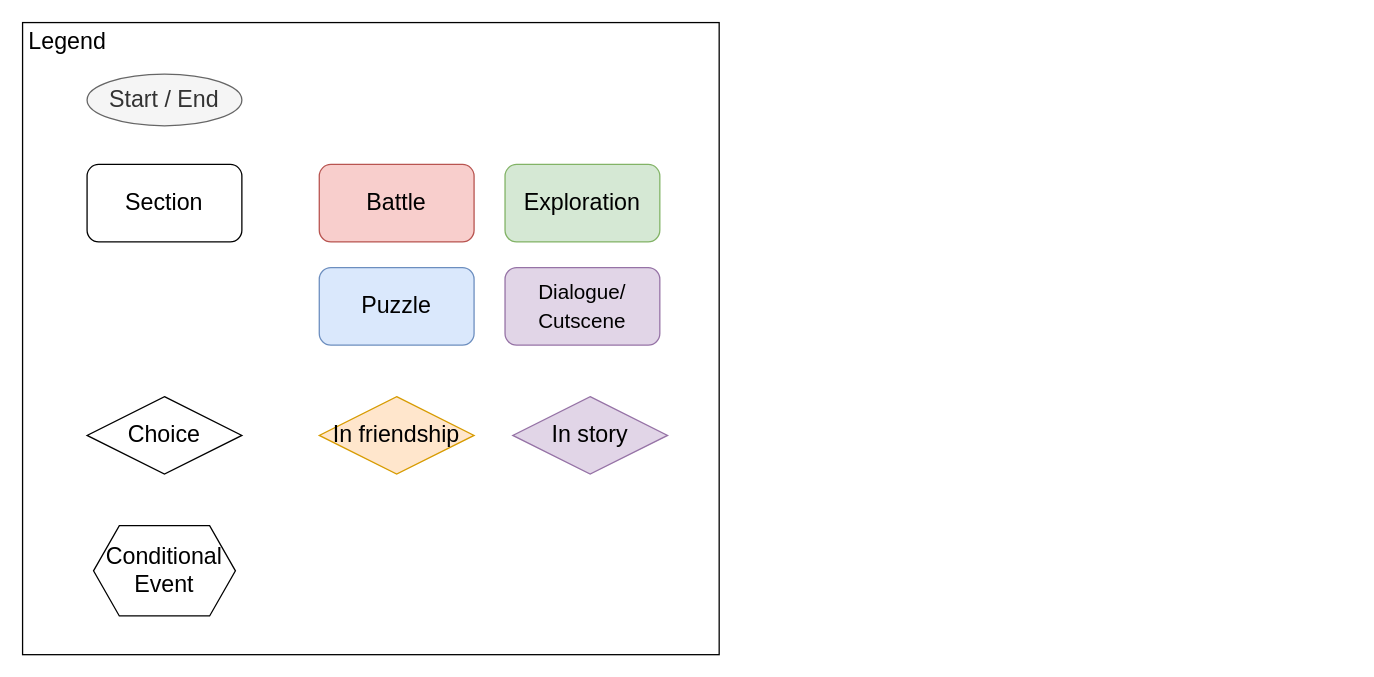
Sephirothbahamut/Accio-Niffler keeps this draw.io diagram as Documentation/Pictures/Level/Flowchart/Level_legend_source.drawio. Above is the earlier version. Source tidied: cells renumbered, new cells numbered last; positions are measured from the earlier drawing's top-left corner, leaving out a move shared by most shapes. Both pictures are drawn from the tidied source at 129%, with x=0, y=0 at pixel (22, 22).
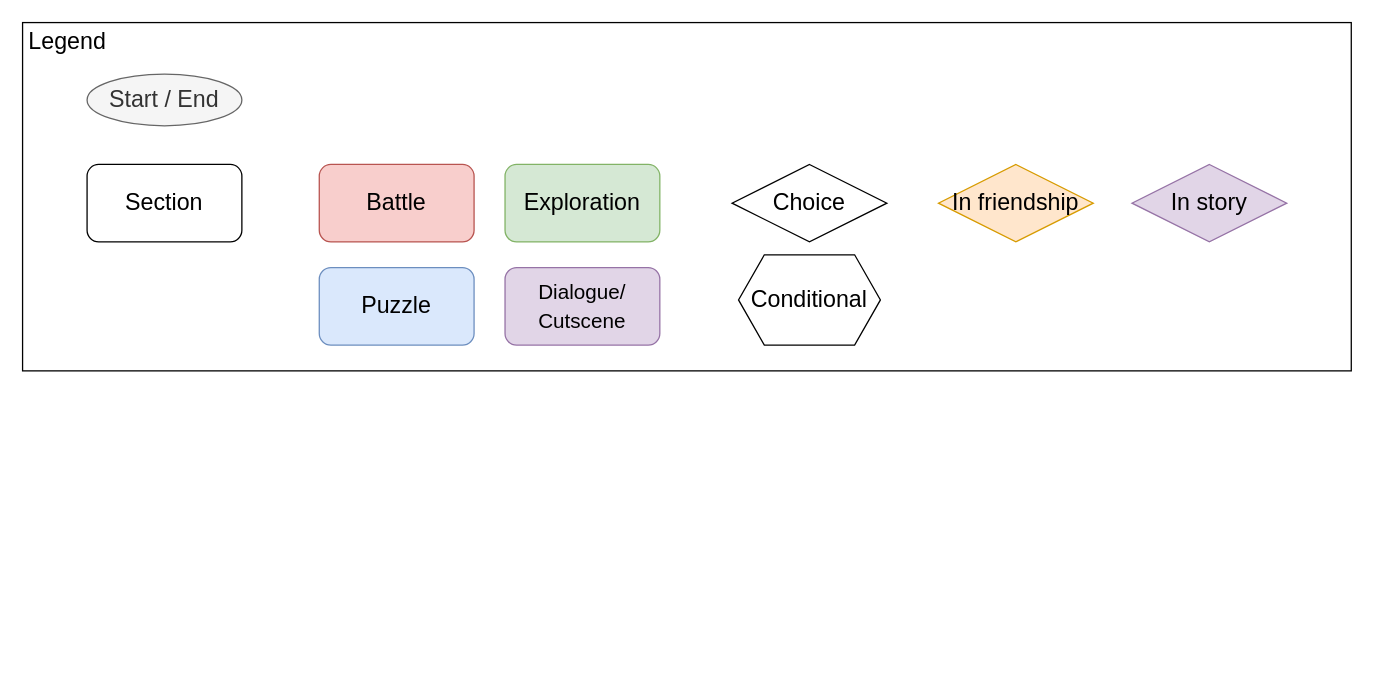
After the change.

Commit message (it also covers changes not shown here):
added legend to flowchart

The edit, as a diff of the source:
```diff
@@
 <mxGraphModel>
   <root>
     <mxCell id="0" />
     <mxCell id="1" parent="0" />
     <mxCell id="2" style="whiteSpace=wrap;html=1;labelBackgroundColor=#FFD966;labelBorderColor=none;" parent="1" vertex="1">
-      <mxGeometry width="540" height="490" as="geometry" />
+      <mxGeometry width="1030" height="270" as="geometry" />
     </mxCell>
     <mxCell id="3" value="Start / End" style="ellipse;whiteSpace=wrap;html=1;labelBackgroundColor=none;fontColor=#333333;fillColor=#f5f5f5;strokeColor=#666666;fontSize=18;" parent="1" vertex="1">
       <mxGeometry x="50" y="40" width="120" height="40" as="geometry" />
     </mxCell>
     <mxCell id="4" value="Section" style="rounded=1;whiteSpace=wrap;html=1;labelBackgroundColor=none;fontSize=18;" parent="1" vertex="1">
       <mxGeometry x="50" y="110" width="120" height="60" as="geometry" />
     </mxCell>
     <mxCell id="5" value="Battle" style="rounded=1;whiteSpace=wrap;html=1;labelBackgroundColor=none;fillColor=#f8cecc;strokeColor=#b85450;fontSize=18;" parent="1" vertex="1">
       <mxGeometry x="230" y="110" width="120" height="60" as="geometry" />
     </mxCell>
     <mxCell id="6" value="Exploration" style="rounded=1;whiteSpace=wrap;html=1;labelBackgroundColor=none;fillColor=#d5e8d4;strokeColor=#82b366;fontSize=18;" parent="1" vertex="1">
       <mxGeometry x="374" y="110" width="120" height="60" as="geometry" />
     </mxCell>
     <mxCell id="7" value="Puzzle" style="rounded=1;whiteSpace=wrap;html=1;labelBackgroundColor=none;fillColor=#dae8fc;strokeColor=#6c8ebf;fontSize=18;" parent="1" vertex="1">
       <mxGeometry x="230" y="190" width="120" height="60" as="geometry" />
     </mxCell>
     <mxCell id="8" value="&lt;span style=&quot;font-size: 16px&quot;&gt;Dialogue/&lt;br&gt;Cutscene&lt;br&gt;&lt;/span&gt;" style="rounded=1;whiteSpace=wrap;html=1;labelBackgroundColor=none;fillColor=#e1d5e7;strokeColor=#9673a6;fontSize=18;" parent="1" vertex="1">
       <mxGeometry x="374" y="190" width="120" height="60" as="geometry" />
     </mxCell>
     <mxCell id="9" value="Choice" style="rhombus;whiteSpace=wrap;html=1;labelBackgroundColor=none;fontColor=#000000;fontSize=18;" parent="1" vertex="1">
-      <mxGeometry x="50" y="290" width="120" height="60" as="geometry" />
+      <mxGeometry x="550" y="110" width="120" height="60" as="geometry" />
     </mxCell>
     <mxCell id="10" value="Legend" style="text;html=1;strokeColor=none;fillColor=none;align=center;verticalAlign=middle;whiteSpace=wrap;rounded=0;labelBackgroundColor=none;fontSize=18;fontColor=#000000;" parent="1" vertex="1">
       <mxGeometry x="10" width="50" height="30" as="geometry" />
     </mxCell>
     <mxCell id="11" value="In story" style="rhombus;whiteSpace=wrap;html=1;labelBackgroundColor=none;fontSize=18;fillColor=#e1d5e7;strokeColor=#9673a6;" parent="1" vertex="1">
-      <mxGeometry x="380" y="290" width="120" height="60" as="geometry" />
+      <mxGeometry x="860" y="110" width="120" height="60" as="geometry" />
     </mxCell>
     <mxCell id="12" value="In friendship" style="rhombus;whiteSpace=wrap;html=1;labelBackgroundColor=none;fontSize=18;fillColor=#ffe6cc;strokeColor=#d79b00;" parent="1" vertex="1">
-      <mxGeometry x="230" y="290" width="120" height="60" as="geometry" />
+      <mxGeometry x="710" y="110" width="120" height="60" as="geometry" />
     </mxCell>
-    <mxCell id="13" value="&lt;font style=&quot;font-size: 18px&quot;&gt;Conditional&lt;br&gt;Event&lt;br&gt;&lt;/font&gt;" style="shape=hexagon;perimeter=hexagonPerimeter2;whiteSpace=wrap;html=1;fixedSize=1;" parent="1" vertex="1">
-      <mxGeometry x="55" y="390" width="110" height="70" as="geometry" />
+    <mxCell id="13" value="&lt;font style=&quot;font-size: 18px&quot;&gt;Conditional&lt;br&gt;&lt;/font&gt;" style="shape=hexagon;perimeter=hexagonPerimeter2;whiteSpace=wrap;html=1;fixedSize=1;" parent="1" vertex="1">
+      <mxGeometry x="555" y="180" width="110" height="70" as="geometry" />
     </mxCell>
   </root>
 </mxGraphModel>
```
